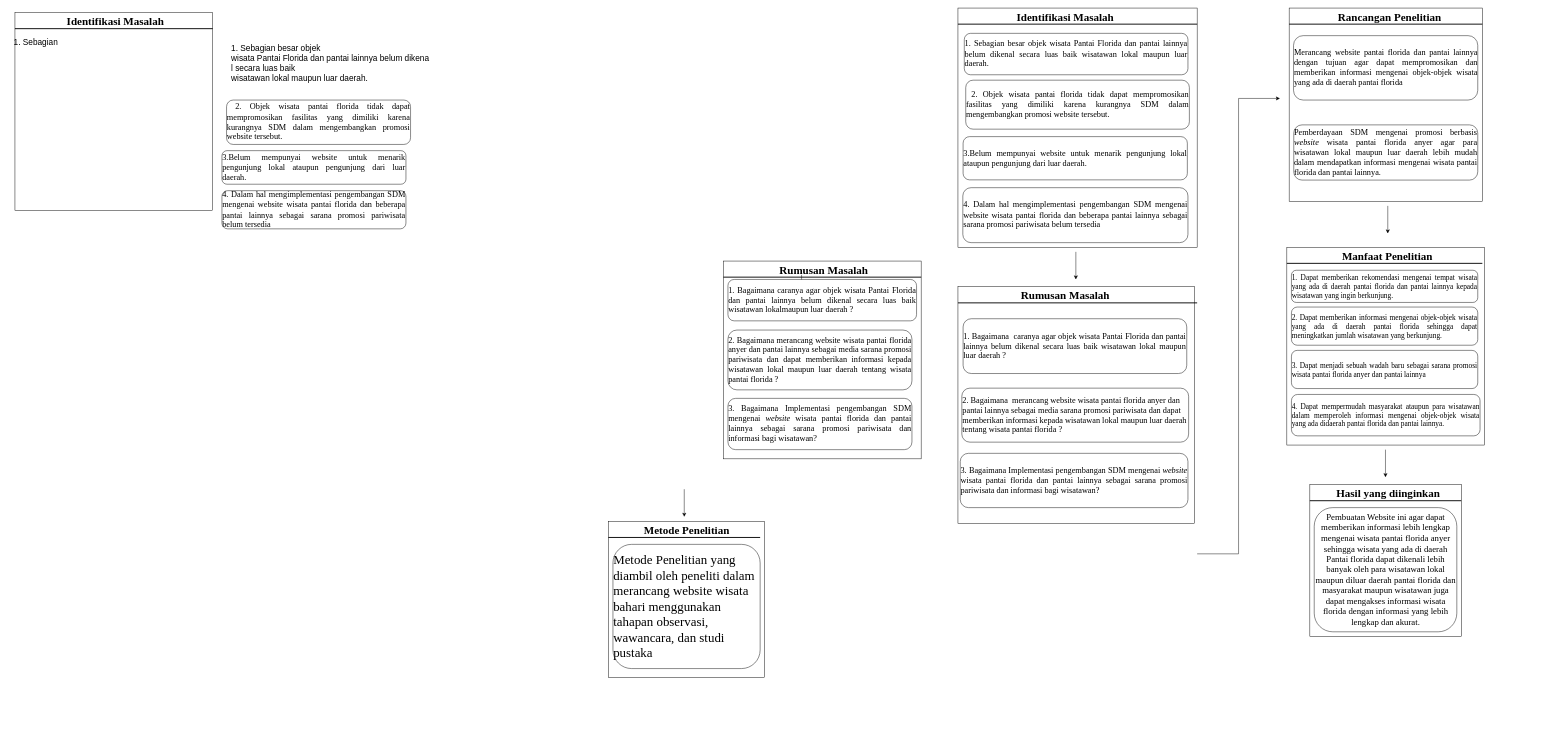
This is page "Page-70" (1 of 62) of Untitled Diagram.drawio from Jeremia0910/SJSI, a draw.io file, before an edit. Source tidied: cells renumbered, new cells numbered last; positions are measured from the earlier drawing's top-left corner, leaving out a move shared by most shapes. Both pictures are drawn from the tidied source at 46%, with x=0, y=0 at pixel (8, 8).
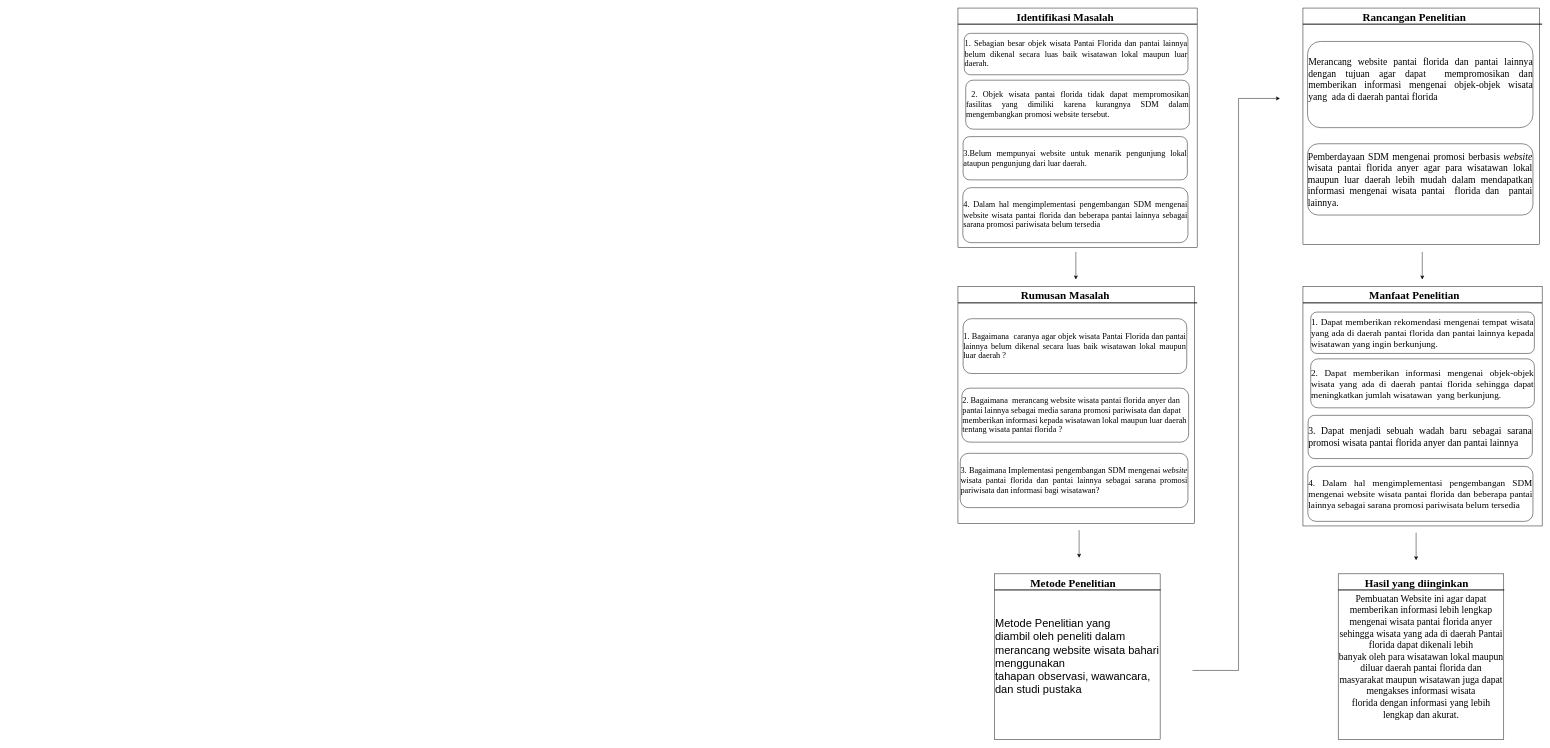
Above is the later version.

The edit, as a diff of the source:
```diff
@@
-    <mxCell id="2" style="whiteSpace=wrap;html=1;" parent="1" vertex="1">
-      <mxGeometry x="2785" width="420" height="420" as="geometry" />
-    </mxCell>
-    <mxCell id="3" style="line;strokeWidth=2;html=1;" parent="1" vertex="1">
-      <mxGeometry x="2785" y="30" width="420" height="10" as="geometry" />
-    </mxCell>
-    <mxCell id="4" value="&lt;font face=&quot;Times New Roman&quot;&gt;&lt;span style=&quot;white-space: pre;&quot;&gt;&#9;&lt;/span&gt;&lt;span style=&quot;white-space: pre;&quot;&gt;&#9;&lt;/span&gt;Rancangan Penelitian&lt;br&gt;&lt;/font&gt;" style="text;html=1;fontSize=24;fontStyle=1;verticalAlign=middle;align=center;" parent="1" vertex="1">
-      <mxGeometry x="2920" y="10" width="70" height="20" as="geometry" />
-    </mxCell>
-    <mxCell id="5" value="&lt;div style=&quot;font-size: 18px;&quot; align=&quot;justify&quot;&gt;&lt;font style=&quot;font-size: 18px;&quot;&gt;Merancang website pantai florida dan pantai lainnya dengan tujuan agar dapat mempromosikan dan memberikan informasi mengenai objek-objek wisata yang ada di daerah pantai florida&lt;/font&gt;&lt;/div&gt;" style="rounded=1;whiteSpace=wrap;html=1;fontFamily=Times New Roman;fontSize=14;" parent="1" vertex="1">
-      <mxGeometry x="2794.5" y="60" width="400.5" height="140" as="geometry" />
-    </mxCell>
-    <mxCell id="6" value="&lt;div style=&quot;font-size: 18px;&quot; align=&quot;justify&quot;&gt;&lt;font style=&quot;font-size: 18px;&quot;&gt;Pemberdayaan SDM mengenai promosi berbasis &lt;i&gt;website &lt;/i&gt;wisata pantai florida anyer agar para wisatawan lokal maupun luar daerah lebih mudah dalam mendapatkan informasi mengenai wisata pantai florida dan pantai lainnya.&lt;/font&gt;&lt;/div&gt;" style="rounded=1;whiteSpace=wrap;html=1;fontFamily=Times New Roman;fontSize=14;" parent="1" vertex="1">
-      <mxGeometry x="2795" y="254" width="400" height="120" as="geometry" />
-    </mxCell>
@@
-    <mxCell id="14" style="whiteSpace=wrap;html=1;" parent="1" vertex="1">
-      <mxGeometry x="1555" y="550" width="430" height="430" as="geometry" />
-    </mxCell>
-    <mxCell id="15" style="line;strokeWidth=2;html=1;" parent="1" vertex="1">
-      <mxGeometry x="1555" y="580" width="430" height="10" as="geometry" />
-    </mxCell>
-    <mxCell id="16" style="edgeStyle=orthogonalEdgeStyle;rounded=0;jettySize=auto;html=1;" parent="1" edge="1" source="17" target="18">
-      <mxGeometry relative="1" as="geometry" />
-    </mxCell>
-    <mxCell id="17" value="&lt;font face=&quot;Times New Roman&quot;&gt;&lt;span style=&quot;white-space: pre;&quot;&gt;&#9;&lt;/span&gt;&lt;span style=&quot;white-space: pre;&quot;&gt;&#9;&lt;/span&gt;Rumusan Masalah&lt;/font&gt;" style="text;html=1;fontSize=24;fontStyle=1;verticalAlign=middle;align=center;" parent="1" vertex="1">
-      <mxGeometry x="1690" y="560" width="70" height="20" as="geometry" />
-    </mxCell>
-    <mxCell id="18" value="&lt;div style=&quot;font-size: 18px;&quot; align=&quot;justify&quot;&gt;&lt;p&gt;&lt;span&gt;1. Bagaimana caranya agar objek wisata Pantai Florida dan pantai lainnya belum dikenal secara luas baik wisatawan lokalmaupun luar daerah ?&lt;/span&gt;&lt;/p&gt;&lt;/div&gt;" style="rounded=1;whiteSpace=wrap;html=1;fontFamily=Times New Roman;fontSize=14;align=center;" parent="1" vertex="1">
-      <mxGeometry x="1565" y="590" width="410" height="90" as="geometry" />
-    </mxCell>
-    <mxCell id="19" value="&lt;div style=&quot;font-size: 18px;&quot; align=&quot;justify&quot;&gt;&lt;p&gt;&lt;span&gt;2. Bagaimana merancang website wisata pantai florida anyer dan pantai lainnya sebagai media sarana promosi pariwisata dan dapat memberikan informasi kepada wisatawan lokal maupun luar daerah tentang wisata pantai florida ?&lt;/span&gt;&lt;/p&gt;&lt;/div&gt;" style="rounded=1;whiteSpace=wrap;html=1;fontFamily=Times New Roman;fontSize=14;" parent="1" vertex="1">
-      <mxGeometry x="1565" y="700" width="400" height="130" as="geometry" />
-    </mxCell>
-    <mxCell id="20" value="&lt;div style=&quot;font-size: 18px;&quot; align=&quot;justify&quot;&gt;3. Bagaimana Implementasi pengembangan SDM mengenai&lt;i&gt; website &lt;/i&gt;wisata pantai florida dan pantai lainnya sebagai sarana promosi pariwisata dan informasi bagi wisatawan?&lt;/div&gt;" style="rounded=1;whiteSpace=wrap;html=1;fontFamily=Times New Roman;fontSize=14;" parent="1" vertex="1">
-      <mxGeometry x="1565" y="848.5" width="400" height="111.5" as="geometry" />
-    </mxCell>
-    <mxCell id="21" style="whiteSpace=wrap;html=1;" parent="1" vertex="1">
-      <mxGeometry x="1305" y="1115.9" width="340" height="340" as="geometry" />
-    </mxCell>
-    <mxCell id="22" style="line;strokeWidth=2;html=1;" parent="1" vertex="1">
-      <mxGeometry x="1305" y="1145.9" width="330" height="10" as="geometry" />
-    </mxCell>
-    <mxCell id="23" value="&lt;font face=&quot;Times New Roman&quot;&gt;Metode Penelitian&lt;br&gt;&lt;/font&gt;" style="text;html=1;fontSize=24;fontStyle=1;verticalAlign=middle;align=center;" parent="1" vertex="1">
-      <mxGeometry x="1440" y="1125.9" width="70" height="20" as="geometry" />
-    </mxCell>
-    <mxCell id="24" value="&lt;div style=&quot;font-size: 28px;&quot; align=&quot;left&quot;&gt;&lt;font style=&quot;font-size: 28px;&quot;&gt;Metode Penelitian yang diambil oleh peneliti dalam merancang website wisata bahari menggunakan tahapan observasi, wawancara, dan studi pustaka&lt;/font&gt;&lt;br&gt;&lt;/div&gt;" style="rounded=1;whiteSpace=wrap;html=1;fontFamily=Times New Roman;fontSize=14;" parent="1" vertex="1">
-      <mxGeometry x="1315" y="1165.9" width="320" height="270" as="geometry" />
-    </mxCell>
-    <mxCell id="25" style="whiteSpace=wrap;html=1;" parent="1" vertex="1">
-      <mxGeometry x="2780" y="520" width="430" height="430" as="geometry" />
-    </mxCell>
-    <mxCell id="26" style="line;strokeWidth=2;html=1;" parent="1" vertex="1">
-      <mxGeometry x="2780" y="550" width="425" height="10" as="geometry" />
-    </mxCell>
-    <mxCell id="27" value="&lt;font face=&quot;Times New Roman&quot;&gt;&lt;span style=&quot;white-space: pre;&quot;&gt;&#9;&lt;/span&gt;&lt;span style=&quot;white-space: pre;&quot;&gt;&#9;&lt;/span&gt;Manfaat Penelitian&lt;br&gt;&lt;/font&gt;" style="text;html=1;fontSize=24;fontStyle=1;verticalAlign=middle;align=center;" parent="1" vertex="1">
-      <mxGeometry x="2915" y="530" width="70" height="20" as="geometry" />
-    </mxCell>
-    <mxCell id="28" value="&lt;div style=&quot;font-size: 16px;&quot; align=&quot;justify&quot;&gt;&lt;p&gt;1. Dapat memberikan rekomendasi mengenai tempat wisata yang ada di daerah pantai florida dan pantai lainnya kepada wisatawan yang ingin berkunjung.&lt;/p&gt;&lt;/div&gt;" style="rounded=1;whiteSpace=wrap;html=1;fontFamily=Times New Roman;fontSize=14;align=center;" parent="1" vertex="1">
-      <mxGeometry x="2790" y="570" width="405" height="70" as="geometry" />
-    </mxCell>
-    <mxCell id="29" value="&lt;div style=&quot;font-size: 16px;&quot; align=&quot;justify&quot;&gt;&lt;p&gt;&lt;span&gt;2. Dapat memberikan informasi mengenai objek-objek wisata yang ada di daerah pantai florida sehingga dapat meningkatkan jumlah wisatawan yang berkunjung.&lt;br&gt;&lt;/span&gt;&lt;/p&gt;&lt;/div&gt;" style="rounded=1;whiteSpace=wrap;html=1;fontFamily=Times New Roman;fontSize=14;" parent="1" vertex="1">
-      <mxGeometry x="2790" y="650" width="405" height="83" as="geometry" />
-    </mxCell>
-    <mxCell id="30" value="&lt;div style=&quot;font-size: 16px;&quot; align=&quot;justify&quot;&gt;&lt;p&gt;4. &lt;span&gt;Dapat mempermudah masyarakat ataupun para wisatawan dalam memperoleh informasi mengenai objek-objek wisata yang ada didaerah pantai florida dan pantai lainnya.&lt;/span&gt;&lt;/p&gt;&lt;/div&gt;" style="rounded=1;whiteSpace=wrap;html=1;fontFamily=Times New Roman;fontSize=14;" parent="1" vertex="1">
-      <mxGeometry x="2790" y="840" width="410" height="90" as="geometry" />
-    </mxCell>
-    <mxCell id="31" value="&lt;div style=&quot;font-size: 16px;&quot; align=&quot;justify&quot;&gt;&lt;p&gt;3. Dapat menjadi sebuah wadah baru sebagai sarana promosi wisata pantai florida anyer dan pantai lainnya&lt;br&gt;&lt;/p&gt;&lt;/div&gt;" style="rounded=1;whiteSpace=wrap;html=1;fontFamily=Times New Roman;fontSize=14;" parent="1" vertex="1">
-      <mxGeometry x="2790" y="744.2" width="405" height="83" as="geometry" />
-    </mxCell>
-    <mxCell id="32" style="whiteSpace=wrap;html=1;" parent="1" vertex="1">
-      <mxGeometry x="2830" y="1036" width="330" height="330" as="geometry" />
-    </mxCell>
-    <mxCell id="33" style="line;strokeWidth=2;html=1;" parent="1" vertex="1">
-      <mxGeometry x="2830" y="1066" width="329" height="10" as="geometry" />
-    </mxCell>
-    <mxCell id="34" value="&lt;font face=&quot;Times New Roman&quot;&gt;Hasil yang diinginkan&lt;/font&gt;" style="text;html=1;fontSize=24;fontStyle=1;verticalAlign=middle;align=center;" parent="1" vertex="1">
-      <mxGeometry x="2965" y="1046" width="70" height="20" as="geometry" />
-    </mxCell>
-    <mxCell id="35" value="&lt;font style=&quot;font-size: 19px;&quot;&gt;Pembuatan Website ini agar dapat memberikan informasi lebih lengkap mengenai wisata pantai florida anyer sehingga wisata yang ada di daerah Pantai florida dapat dikenali lebih banyak oleh para wisatawan lokal maupun diluar daerah pantai florida dan masyarakat maupun wisatawan juga dapat mengakses informasi wisata florida dengan informasi yang lebih lengkap dan akurat.&lt;/font&gt;" style="rounded=1;whiteSpace=wrap;html=1;fontFamily=Times New Roman;fontSize=14;" parent="1" vertex="1">
-      <mxGeometry x="2839.5" y="1086" width="310" height="270" as="geometry" />
-    </mxCell>
-    <mxCell id="36" style="whiteSpace=wrap;html=1;" parent="1" vertex="1">
-      <mxGeometry x="15" y="9.8" width="430" height="430" as="geometry" />
-    </mxCell>
-    <mxCell id="37" style="line;strokeWidth=2;html=1;" parent="1" vertex="1">
-      <mxGeometry x="15" y="39.8" width="430" height="10" as="geometry" />
-    </mxCell>
-    <mxCell id="38" value="&lt;font face=&quot;Times New Roman&quot;&gt;&lt;span style=&quot;white-space: pre;&quot;&gt;&#9;&lt;/span&gt;&lt;span style=&quot;white-space: pre;&quot;&gt;&#9;&lt;/span&gt;Identifikasi Masalah&lt;/font&gt;" style="text;html=1;fontSize=24;fontStyle=1;verticalAlign=middle;align=center;" parent="1" vertex="1">
-      <mxGeometry x="150" y="19.8" width="70" height="20" as="geometry" />
-    </mxCell>
-    <mxCell id="39" value="&lt;div style=&quot;font-size: 18px;&quot; align=&quot;justify&quot;&gt;&amp;nbsp;2. &lt;span&gt;Objek wisata pantai florida tidak dapat mempromosikan fasilitas yang dimiliki karena kurangnya SDM dalam mengembangkan promosi website tersebut.&lt;/span&gt;&lt;/div&gt;" style="rounded=1;whiteSpace=wrap;html=1;fontFamily=Times New Roman;fontSize=14;" parent="1" vertex="1">
-      <mxGeometry x="475" y="200" width="400" height="96.5" as="geometry" />
-    </mxCell>
-    <mxCell id="40" value="&lt;div style=&quot;font-size: 18px;&quot; align=&quot;justify&quot;&gt;&lt;span&gt;3.Belum mempunyai website untuk menarik pengunjung lokal ataupun pengunjung dari luar daerah.&lt;/span&gt;&lt;/div&gt;" style="rounded=1;whiteSpace=wrap;html=1;fontFamily=Times New Roman;fontSize=14;" parent="1" vertex="1">
-      <mxGeometry x="465" y="310" width="400" height="73" as="geometry" />
-    </mxCell>
-    <mxCell id="41" value="&lt;div style=&quot;font-size: 18px;&quot; align=&quot;justify&quot;&gt;&lt;span&gt;4. Dalam hal mengimplementasi pengembangan SDM mengenai website wisata pantai florida dan beberapa pantai lainnya sebagai sarana promosi pariwisata belum tersedia&lt;br&gt;&lt;/span&gt;&lt;/div&gt;" style="rounded=1;whiteSpace=wrap;html=1;fontFamily=Times New Roman;fontSize=14;" parent="1" vertex="1">
-      <mxGeometry x="465" y="397" width="400" height="83" as="geometry" />
-    </mxCell>
-    <mxCell id="42" value="&lt;div style=&quot;font-size: 18px;&quot; align=&quot;justify&quot;&gt;1. Sebagian besar objek &lt;br/&gt;wisata Pantai Florida dan pantai lainnya belum dikena&lt;/div&gt;&lt;div style=&quot;font-size: 18px;&quot; align=&quot;justify&quot;&gt;l secara luas baik &lt;br/&gt;wisatawan lokal maupun luar daerah.&lt;/div&gt;" style="text;html=1;align=center;verticalAlign=middle;strokeColor=none;fillColor=none;" parent="1" vertex="1">
-      <mxGeometry x="465" y="70" width="470" height="100" as="geometry" />
-    </mxCell>
-    <mxCell id="43" value="&lt;font style=&quot;font-size: 18px;&quot;&gt;1. Sebagian&lt;/font&gt;" style="text;html=1;align=center;verticalAlign=middle;strokeColor=none;fillColor=none;" parent="1" vertex="1">
-      <mxGeometry y="55" width="120" height="40" as="geometry" />
-    </mxCell>
@@
     <mxCell id="45" style="endArrow=classic;html=1;rounded=0;" parent="1" edge="1">
       <mxGeometry relative="1" as="geometry">
-        <mxPoint x="1470" y="1046" as="sourcePoint" />
-        <mxPoint x="1470" y="1106" as="targetPoint" />
+        <mxPoint x="2328.4" y="1135" as="sourcePoint" />
+        <mxPoint x="2328.4" y="1195" as="targetPoint" />
       </mxGeometry>
     </mxCell>
     <mxCell id="46" style="endArrow=classic;html=1;rounded=0;edgeStyle=elbowEdgeStyle;" parent="1" edge="1">
       <mxGeometry relative="1" as="geometry">
-        <mxPoint x="2585" y="1186.5" as="sourcePoint" />
+        <mxPoint x="2575" y="1440" as="sourcePoint" />
         <mxPoint x="2765" y="196.5" as="targetPoint" />
         <Array as="points">
           <mxPoint x="2675" y="686.5" />
         </Array>
       </mxGeometry>
     </mxCell>
-    <mxCell id="47" style="endArrow=classic;html=1;rounded=0;" parent="1" edge="1">
-      <mxGeometry relative="1" as="geometry">
-        <mxPoint x="2999.4" y="430" as="sourcePoint" />
-        <mxPoint x="2999.4" y="490" as="targetPoint" />
-      </mxGeometry>
-    </mxCell>
-    <mxCell id="48" style="endArrow=classic;html=1;rounded=0;" parent="1" edge="1">
-      <mxGeometry relative="1" as="geometry">
-        <mxPoint x="2994.4" y="960" as="sourcePoint" />
-        <mxPoint x="2994.4" y="1020" as="targetPoint" />
-      </mxGeometry>
-    </mxCell>
@@
+    <mxCell id="24" value="&lt;div style=&quot;font-size: 24px;&quot; align=&quot;left&quot;&gt;&lt;p&gt;Metode Penelitian yang &lt;br&gt;diambil oleh peneliti dalam merancang website wisata bahari menggunakan &lt;br&gt;tahapan observasi, wawancara, dan studi pustaka&lt;br&gt;&lt;/p&gt;&lt;/div&gt;" style="whiteSpace=wrap;html=1;" parent="1" vertex="1">
+      <mxGeometry x="2144.5" y="1230" width="360" height="360" as="geometry" />
+    </mxCell>
+    <mxCell id="55" style="line;strokeWidth=2;html=1;" parent="1" vertex="1">
+      <mxGeometry x="2144.5" y="1260" width="361" height="10" as="geometry" />
+    </mxCell>
+    <mxCell id="23" value="&lt;font face=&quot;Times New Roman&quot;&gt;Metode Penelitian&lt;br&gt;&lt;/font&gt;" style="text;html=1;fontSize=24;fontStyle=1;verticalAlign=middle;align=center;" parent="1" vertex="1">
+      <mxGeometry x="2279.5" y="1240" width="70" height="20" as="geometry" />
+    </mxCell>
+    <mxCell id="56" style="whiteSpace=wrap;html=1;" parent="1" vertex="1">
+      <mxGeometry x="2815" width="514.1" height="514.1" as="geometry" />
+    </mxCell>
+    <mxCell id="57" style="line;strokeWidth=2;html=1;" parent="1" vertex="1">
+      <mxGeometry x="2815" y="30" width="520" height="10" as="geometry" />
+    </mxCell>
+    <mxCell id="4" value="&lt;font face=&quot;Times New Roman&quot;&gt;&lt;span style=&quot;white-space: pre;&quot;&gt;&#9;&lt;/span&gt;&lt;span style=&quot;white-space: pre;&quot;&gt;&#9;&lt;/span&gt;&lt;span style=&quot;white-space: pre;&quot;&gt;&#9;&lt;/span&gt;Rancangan Penelitian&lt;br&gt;&lt;/font&gt;" style="text;html=1;fontSize=24;fontStyle=1;verticalAlign=middle;align=center;" parent="1" vertex="1">
+      <mxGeometry x="2950" y="10" width="70" height="20" as="geometry" />
+    </mxCell>
+    <mxCell id="5" value="&lt;div style=&quot;font-size: 18px;&quot; align=&quot;left&quot;&gt;&lt;div style=&quot;font-size: 21px;&quot;&gt;&lt;div style=&quot;&quot; align=&quot;justify&quot;&gt;&lt;font style=&quot;font-size: 21px;&quot;&gt;Merancang website pantai florida dan pantai lainnya dengan tujuan agar dapat&amp;nbsp; mempromosikan dan memberikan informasi mengenai objek-objek wisata yang&amp;nbsp; ada di daerah pantai florida&lt;/font&gt;&lt;/div&gt;&lt;p&gt;&lt;/p&gt;&lt;/div&gt;&lt;/div&gt;" style="rounded=1;whiteSpace=wrap;html=1;fontFamily=Times New Roman;fontSize=14;align=left;" parent="1" vertex="1">
+      <mxGeometry x="2825" y="72.6" width="490" height="187.4" as="geometry" />
+    </mxCell>
+    <mxCell id="6" value="&lt;div style=&quot;font-size: 18px;&quot; align=&quot;justify&quot;&gt;&lt;div style=&quot;font-size: 21px;&quot; align=&quot;justify&quot;&gt;&lt;div style=&quot;&quot; align=&quot;justify&quot;&gt;&lt;font style=&quot;font-size: 21px;&quot;&gt;Pemberdayaan SDM mengenai promosi berbasis &lt;i&gt;website &lt;/i&gt;wisata pantai florida anyer agar para wisatawan lokal maupun luar daerah lebih mudah dalam mendapatkan informasi mengenai wisata pantai&amp;nbsp; florida dan&amp;nbsp; pantai lainnya.&lt;/font&gt;&lt;/div&gt;&lt;/div&gt;&lt;/div&gt;" style="rounded=1;whiteSpace=wrap;html=1;fontFamily=Times New Roman;fontSize=14;" parent="1" vertex="1">
+      <mxGeometry x="2825" y="295" width="490" height="155" as="geometry" />
+    </mxCell>
+    <mxCell id="58" style="whiteSpace=wrap;html=1;" parent="1" vertex="1">
+      <mxGeometry x="2815" y="605.9" width="520" height="520" as="geometry" />
+    </mxCell>
+    <mxCell id="59" style="line;strokeWidth=2;html=1;" parent="1" vertex="1">
+      <mxGeometry x="2815" y="635.9" width="520" height="10" as="geometry" />
+    </mxCell>
+    <mxCell id="27" value="&lt;font face=&quot;Times New Roman&quot;&gt;&lt;span style=&quot;white-space: pre;&quot;&gt;&#9;&lt;/span&gt;&lt;span style=&quot;white-space: pre;&quot;&gt;&#9;&lt;/span&gt;&lt;span style=&quot;white-space: pre;&quot;&gt;&#9;&lt;/span&gt;Manfaat Penelitian&lt;br&gt;&lt;/font&gt;" style="text;html=1;fontSize=24;fontStyle=1;verticalAlign=middle;align=center;" parent="1" vertex="1">
+      <mxGeometry x="2950" y="615.9" width="70" height="20" as="geometry" />
+    </mxCell>
+    <mxCell id="28" value="&lt;div style=&quot;font-size: 18px;&quot; align=&quot;justify&quot;&gt;&lt;div style=&quot;font-size: 20px;&quot; align=&quot;justify&quot;&gt;&lt;p&gt;1. Dapat memberikan rekomendasi mengenai tempat wisata yang ada di daerah pantai florida dan pantai lainnya kepada wisatawan yang ingin berkunjung.&lt;/p&gt;&lt;/div&gt;&lt;/div&gt;" style="rounded=1;whiteSpace=wrap;html=1;fontFamily=Times New Roman;fontSize=14;align=center;" parent="1" vertex="1">
+      <mxGeometry x="2831.9" y="660.9" width="486.2" height="90" as="geometry" />
+    </mxCell>
+    <mxCell id="29" value="&lt;div style=&quot;font-size: 20px;&quot; align=&quot;justify&quot;&gt;2. Dapat memberikan informasi mengenai objek-objek wisata yang ada di daerah pantai florida sehingga dapat meningkatkan jumlah wisatawan&amp;nbsp; yang berkunjung.&lt;/div&gt;" style="rounded=1;whiteSpace=wrap;html=1;fontFamily=Times New Roman;fontSize=14;" parent="1" vertex="1">
+      <mxGeometry x="2831.9" y="762.6" width="486.2" height="106.5" as="geometry" />
+    </mxCell>
+    <mxCell id="31" value="&lt;div style=&quot;font-size: 21px;&quot; align=&quot;justify&quot;&gt;3. Dapat menjadi sebuah wadah baru sebagai sarana promosi wisata pantai florida anyer dan pantai lainnya&lt;/div&gt;" style="rounded=1;whiteSpace=wrap;html=1;fontFamily=Times New Roman;fontSize=14;" parent="1" vertex="1">
+      <mxGeometry x="2826.2" y="885.4" width="487.5" height="94" as="geometry" />
+    </mxCell>
+    <mxCell id="41" value="&lt;div style=&quot;font-size: 20px;&quot; align=&quot;justify&quot;&gt;&lt;span&gt;4. Dalam hal mengimplementasi pengembangan SDM mengenai website wisata pantai florida dan beberapa pantai lainnya sebagai sarana promosi pariwisata belum tersedia&lt;br&gt;&lt;/span&gt;&lt;/div&gt;" style="rounded=1;whiteSpace=wrap;html=1;fontFamily=Times New Roman;fontSize=14;" parent="1" vertex="1">
+      <mxGeometry x="2825.6" y="996.4" width="489.4" height="119.5" as="geometry" />
+    </mxCell>
+    <mxCell id="60" style="endArrow=classic;html=1;rounded=0;" parent="1" edge="1">
+      <mxGeometry relative="1" as="geometry">
+        <mxPoint x="3074.4" y="530" as="sourcePoint" />
+        <mxPoint x="3074.4" y="590" as="targetPoint" />
+      </mxGeometry>
+    </mxCell>
+    <mxCell id="35" value="&lt;font style=&quot;font-size: 21px;&quot; face=&quot;Times New Roman&quot;&gt;Pembuatan Website ini agar dapat &lt;br style=&quot;&quot;&gt;memberikan informasi lebih lengkap mengenai wisata pantai florida anyer &lt;br style=&quot;&quot;&gt;sehingga wisata yang ada di daerah Pantai florida dapat dikenali lebih &lt;br style=&quot;&quot;&gt;banyak oleh para wisatawan lokal maupun diluar daerah pantai florida dan masyarakat maupun wisatawan juga dapat mengakses informasi wisata &lt;br style=&quot;&quot;&gt;florida dengan informasi yang lebih lengkap dan akurat.&lt;/font&gt;" style="whiteSpace=wrap;html=1;fontSize=20;" parent="1" vertex="1">
+      <mxGeometry x="2891.6" y="1230" width="360" height="360" as="geometry" />
+    </mxCell>
+    <mxCell id="61" style="line;strokeWidth=2;html=1;" parent="1" vertex="1">
+      <mxGeometry x="2891.6" y="1260" width="361" height="10" as="geometry" />
+    </mxCell>
+    <mxCell id="34" value="&lt;font face=&quot;Times New Roman&quot;&gt;Hasil yang diinginkan&lt;br&gt;&lt;/font&gt;" style="text;html=1;fontSize=24;fontStyle=1;verticalAlign=middle;align=center;" parent="1" vertex="1">
+      <mxGeometry x="3026.6" y="1240" width="70" height="20" as="geometry" />
+    </mxCell>
+    <mxCell id="62" style="endArrow=classic;html=1;rounded=0;" parent="1" edge="1">
+      <mxGeometry relative="1" as="geometry">
+        <mxPoint x="3061" y="1140.5" as="sourcePoint" />
+        <mxPoint x="3061" y="1200.5" as="targetPoint" />
+      </mxGeometry>
+    </mxCell>
```
